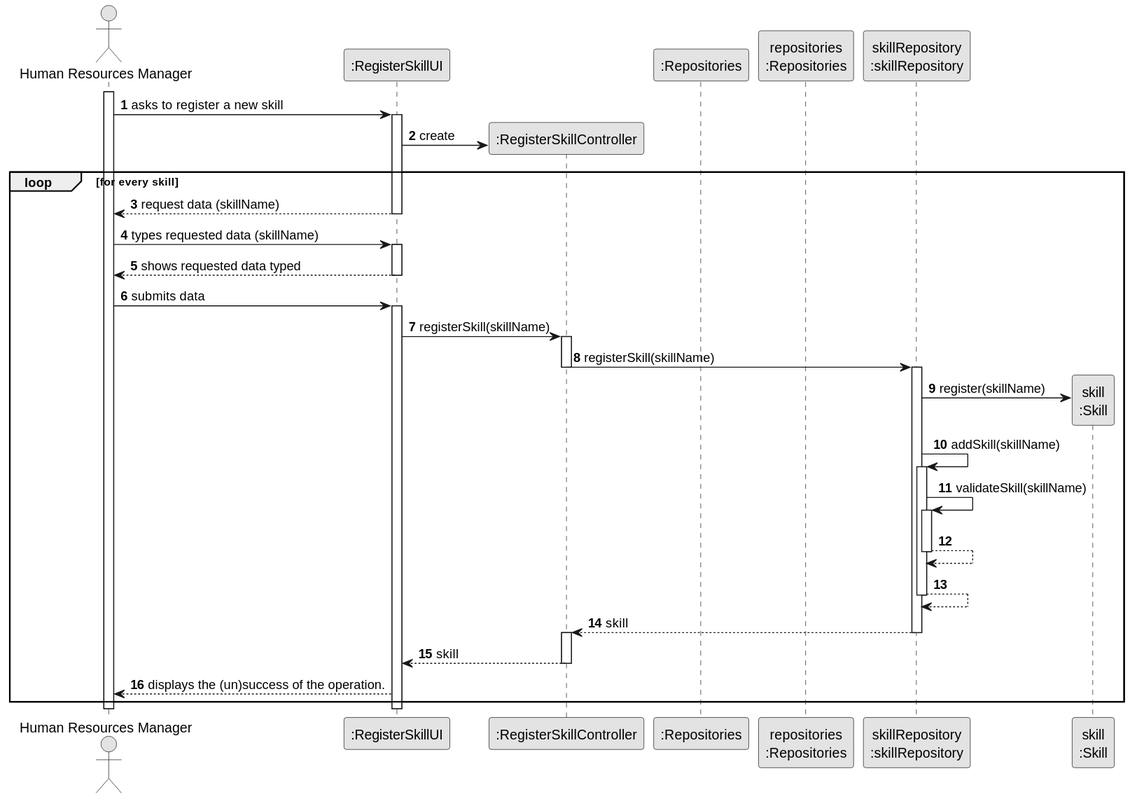
Above: docs/sprintB/us001/03.design/svg/us001-sequence-diagram-full.svg in SAEmanuel/Green_Spaces_Management_ISEP (PlantUML), before the change. Its diagram source:
```plantuml
@startuml
skinparam monochrome true
skinparam packageStyle rectangle
skinparam shadowing false

autonumber

actor "Human Resources Manager" as HRM
participant ":RegisterSkillUI" as UI
participant ":RegisterSkillController" as CTRL
participant ":Repositories" as RepositorySingleton
participant "repositories\n:Repositories" as PLAT
participant "skillRepository\n:skillRepository" as skillRepository
participant "skill\n:Skill" as EMPREGO

activate HRM

        HRM -> UI : asks to register a new skill

        activate UI

            UI -> CTRL** : create


loop for every skill
            UI --> HRM : request data (skillName)
        deactivate UI


    HRM -> UI : types requested data (skillName)
    activate UI

        UI --> HRM : shows requested data typed
        deactivate UI

        HRM -> UI : submits data
            activate UI


            UI -> CTRL : registerSkill(skillName)
            activate CTRL


                CTRL -> skillRepository: registerSkill(skillName)
                deactivate CTRL
                activate skillRepository



                skillRepository -> EMPREGO**: register(skillName)



                                    skillRepository -> skillRepository: addSkill(skillName)

                                    activate skillRepository
                                        skillRepository -> skillRepository: validateSkill(skillName)
                                        activate skillRepository
                                            skillRepository --> skillRepository
                                        deactivate skillRepository

                                        skillRepository --> skillRepository
                                    deactivate skillRepository

                                    skillRepository --> CTRL : skill
                                    deactivate skillRepository
                                    activate CTRL

                CTRL --> UI: skill
                deactivate CTRL
                UI --> HRM: displays the (un)success of the operation.
end
        deactivate UI
    deactivate HRM
@enduml
```
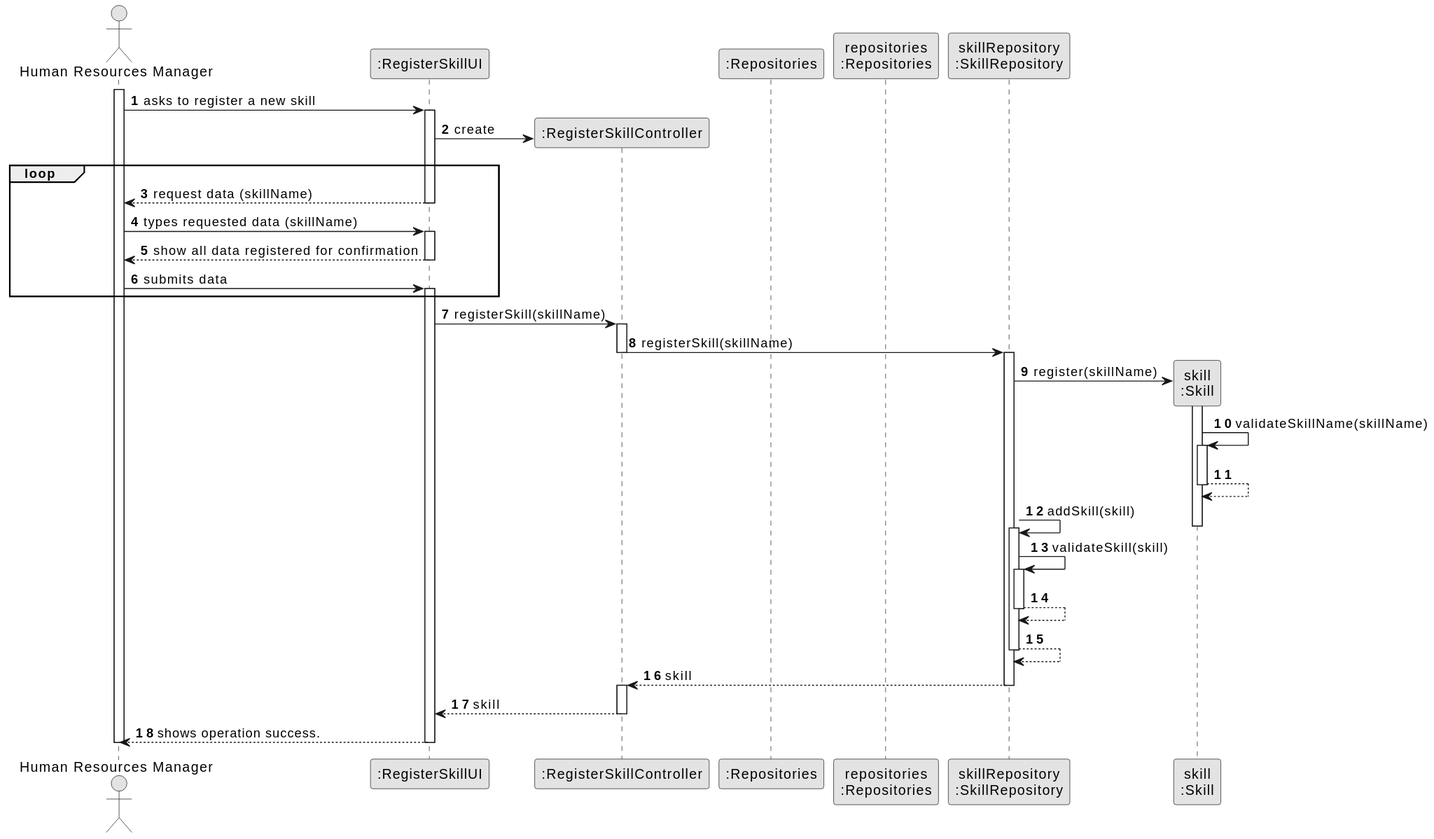
Above is the later version.

The edit, as a diff of the source:
```diff
@@ -10,19 +10,21 @@
 participant ":RegisterSkillController" as CTRL
 participant ":Repositories" as RepositorySingleton
 participant "repositories\n:Repositories" as PLAT
-participant "skillRepository\n:skillRepository" as skillRepository
+participant "skillRepository\n:SkillRepository" as skillRepository
 participant "skill\n:Skill" as EMPREGO
 
 activate HRM
 
         HRM -> UI : asks to register a new skill
 
+
         activate UI
 
-            UI -> CTRL** : create
+        UI -> CTRL** : create
 
 
-loop for every skill
+
+loop
             UI --> HRM : request data (skillName)
         deactivate UI
 
@@ -30,12 +32,12 @@
     HRM -> UI : types requested data (skillName)
     activate UI
 
-        UI --> HRM : shows requested data typed
+        UI --> HRM : show all data registered  for confirmation
         deactivate UI
 
         HRM -> UI : submits data
             activate UI
-
+end
 
             UI -> CTRL : registerSkill(skillName)
             activate CTRL
@@ -49,12 +51,16 @@
 
                 skillRepository -> EMPREGO**: register(skillName)
 
+                activate EMPREGO
 
-
-                                    skillRepository -> skillRepository: addSkill(skillName)
-
+                    EMPREGO -> EMPREGO : validateSkillName(skillName)
+                    activate EMPREGO
+                        EMPREGO --> EMPREGO
+                deactivate EMPREGO
+                                    skillRepository -> skillRepository: addSkill(skill)
+                deactivate EMPREGO
                                     activate skillRepository
-                                        skillRepository -> skillRepository: validateSkill(skillName)
+                                        skillRepository -> skillRepository: validateSkill(skill)
                                         activate skillRepository
                                             skillRepository --> skillRepository
                                         deactivate skillRepository
@@ -68,8 +74,8 @@
 
                 CTRL --> UI: skill
                 deactivate CTRL
-                UI --> HRM: displays the (un)success of the operation.
-end
+                UI --> HRM: shows operation success.
+
         deactivate UI
     deactivate HRM
 @enduml
```
